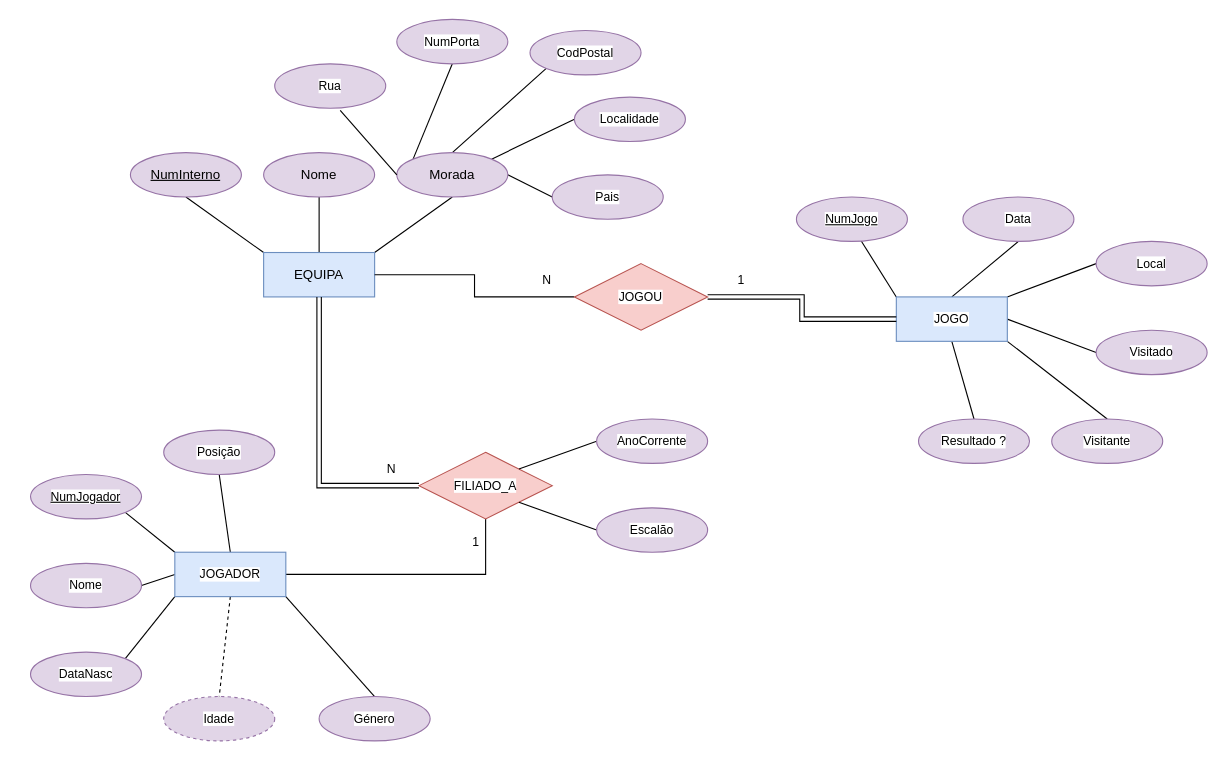
Before: 0811-14721.drawio in MarceloPalamaryuk/Analise-de-Sistemas, a draw.io diagram. Source tidied: cells renumbered, new cells numbered last; positions are measured from the earlier drawing's top-left corner, leaving out a move shared by most shapes. Both pictures are drawn from the tidied source at 111%, with x=0, y=0 at pixel (30, 19).
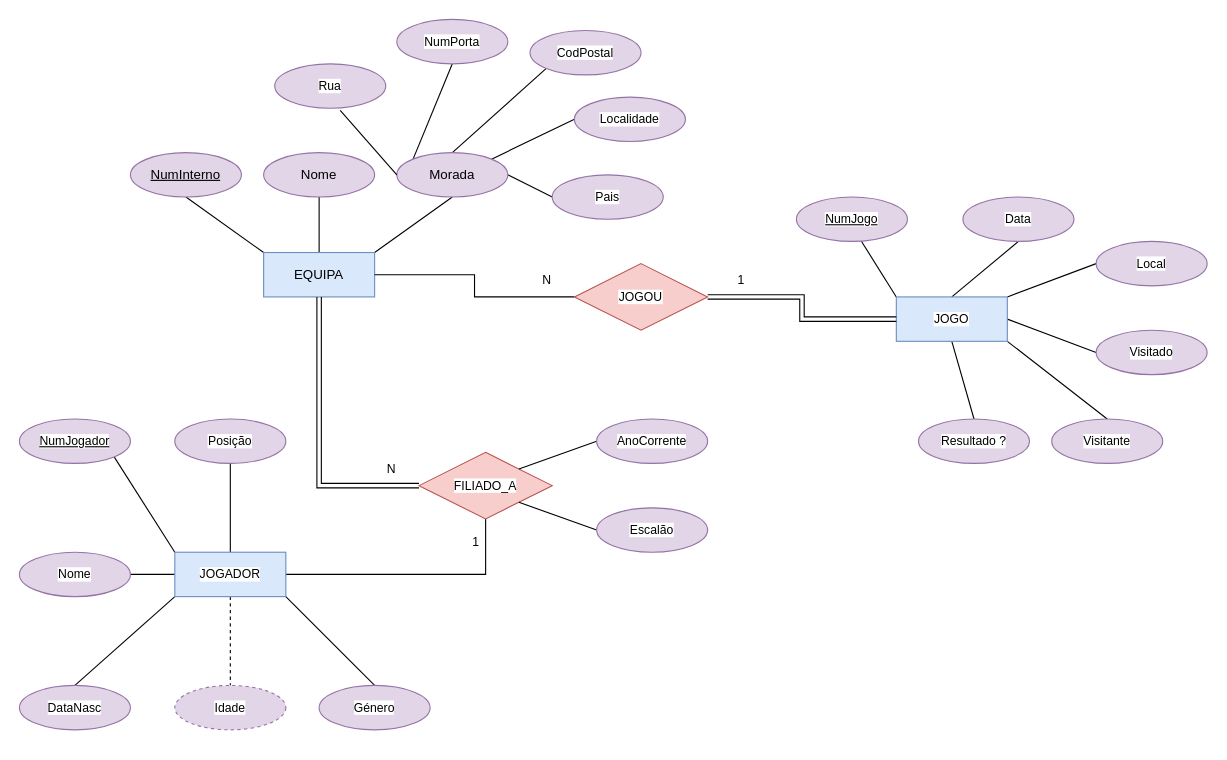
Above is the later version.

Unchanged cells that the change refers to:
```xml
<mxCell id="26" value="JOGADOR" style="whiteSpace=wrap;html=1;align=center;fontFamily=Helvetica;fontSize=11;labelBackgroundColor=default;fillColor=#dae8fc;strokeColor=#6c8ebf;" parent="1" vertex="1">
  <mxGeometry x="130" y="480" width="100" height="40" as="geometry" />
</mxCell>
```

The edit, as a diff of the source:
```diff
@@
-    <mxCell id="21" style="edgeStyle=none;shape=connector;rounded=0;jettySize=auto;html=1;exitX=0;exitY=1;exitDx=0;exitDy=0;entryX=1;entryY=0;entryDx=0;entryDy=0;strokeColor=default;align=center;verticalAlign=middle;fontFamily=Helvetica;fontSize=11;fontColor=default;labelBackgroundColor=default;endArrow=none;endFill=0;" parent="1" edge="1" source="26" target="29">
+    <mxCell id="21" style="edgeStyle=none;shape=connector;rounded=0;jettySize=auto;html=1;exitX=0;exitY=1;exitDx=0;exitDy=0;entryX=0.5;entryY=0;entryDx=0;entryDy=0;strokeColor=default;align=center;verticalAlign=middle;fontFamily=Helvetica;fontSize=11;fontColor=default;labelBackgroundColor=default;endArrow=none;endFill=0;" parent="1" edge="1" source="26" target="29">
       <mxGeometry relative="1" as="geometry" />
     </mxCell>
@@
     <mxCell id="27" value="NumJogador" style="ellipse;whiteSpace=wrap;html=1;align=center;fontStyle=4;fontFamily=Helvetica;fontSize=11;labelBackgroundColor=default;fillColor=#e1d5e7;strokeColor=#9673a6;" parent="1" vertex="1">
-      <mxGeometry y="410" width="100" height="40" as="geometry" />
+      <mxGeometry x="-10" y="360" width="100" height="40" as="geometry" />
     </mxCell>
     <mxCell id="28" value="Nome" style="ellipse;whiteSpace=wrap;html=1;align=center;fontFamily=Helvetica;fontSize=11;labelBackgroundColor=default;fillColor=#e1d5e7;strokeColor=#9673a6;" parent="1" vertex="1">
-      <mxGeometry y="490" width="100" height="40" as="geometry" />
+      <mxGeometry x="-10" y="480" width="100" height="40" as="geometry" />
     </mxCell>
     <mxCell id="29" value="DataNasc" style="ellipse;whiteSpace=wrap;html=1;align=center;fontFamily=Helvetica;fontSize=11;labelBackgroundColor=default;fillColor=#e1d5e7;strokeColor=#9673a6;" parent="1" vertex="1">
-      <mxGeometry y="570" width="100" height="40" as="geometry" />
+      <mxGeometry x="-10" y="600" width="100" height="40" as="geometry" />
     </mxCell>
     <mxCell id="30" value="Idade" style="ellipse;whiteSpace=wrap;html=1;align=center;dashed=1;fontFamily=Helvetica;fontSize=11;labelBackgroundColor=default;fillColor=#e1d5e7;strokeColor=#9673a6;" parent="1" vertex="1">
-      <mxGeometry x="120" y="610" width="100" height="40" as="geometry" />
+      <mxGeometry x="130" y="600" width="100" height="40" as="geometry" />
     </mxCell>
     <mxCell id="31" value="Género" style="ellipse;whiteSpace=wrap;html=1;align=center;fontFamily=Helvetica;fontSize=11;labelBackgroundColor=default;fillColor=#e1d5e7;strokeColor=#9673a6;" parent="1" vertex="1">
-      <mxGeometry x="260" y="610" width="100" height="40" as="geometry" />
+      <mxGeometry x="260" y="600" width="100" height="40" as="geometry" />
     </mxCell>
     <mxCell id="32" value="Posição" style="ellipse;whiteSpace=wrap;html=1;align=center;fontFamily=Helvetica;fontSize=11;labelBackgroundColor=default;fillColor=#e1d5e7;strokeColor=#9673a6;" parent="1" vertex="1">
-      <mxGeometry x="120" y="370" width="100" height="40" as="geometry" />
+      <mxGeometry x="130" y="360" width="100" height="40" as="geometry" />
     </mxCell>
```
